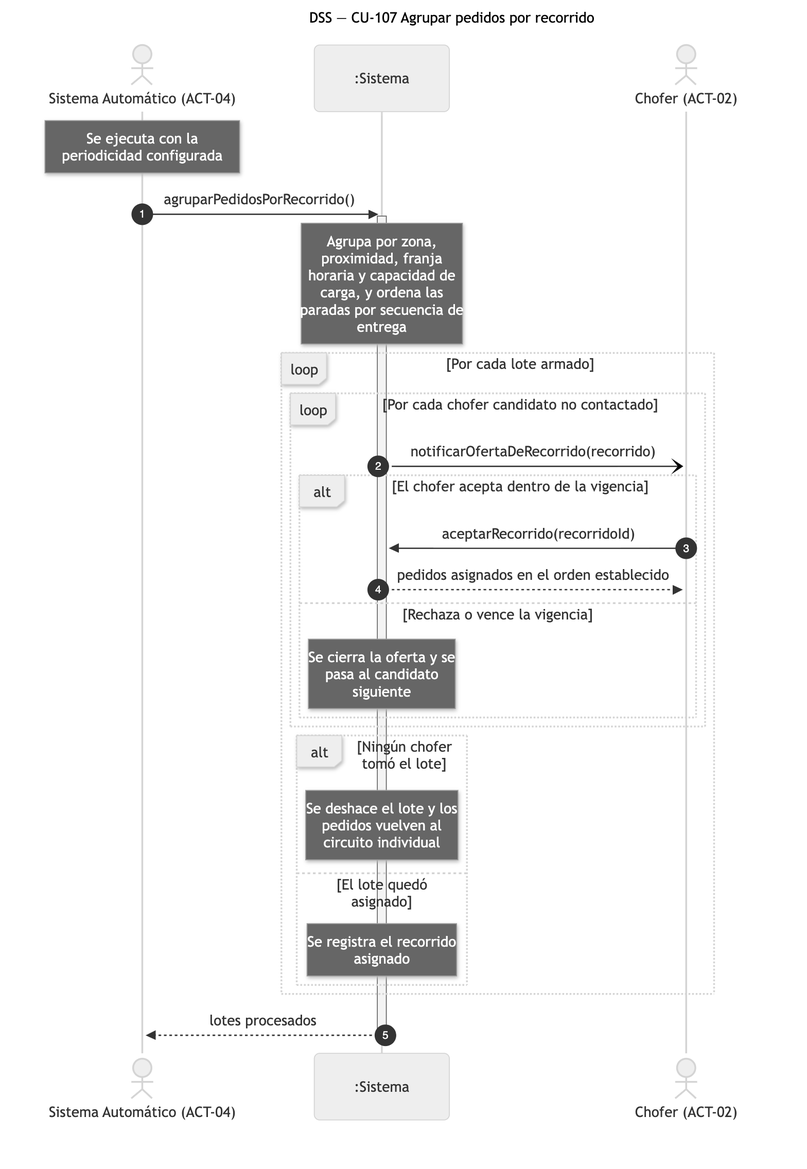
This is diagramas/png/DSS_CU-107_Agrupar-Pedidos-Por-Recorrido.png from Nahuelito-Dev/splg-docs, a Mermaid export, as it was before one commit. Its source is kept beside it as diagramas/DSS_CU-107_Agrupar-Pedidos-Por-Recorrido.mmd.
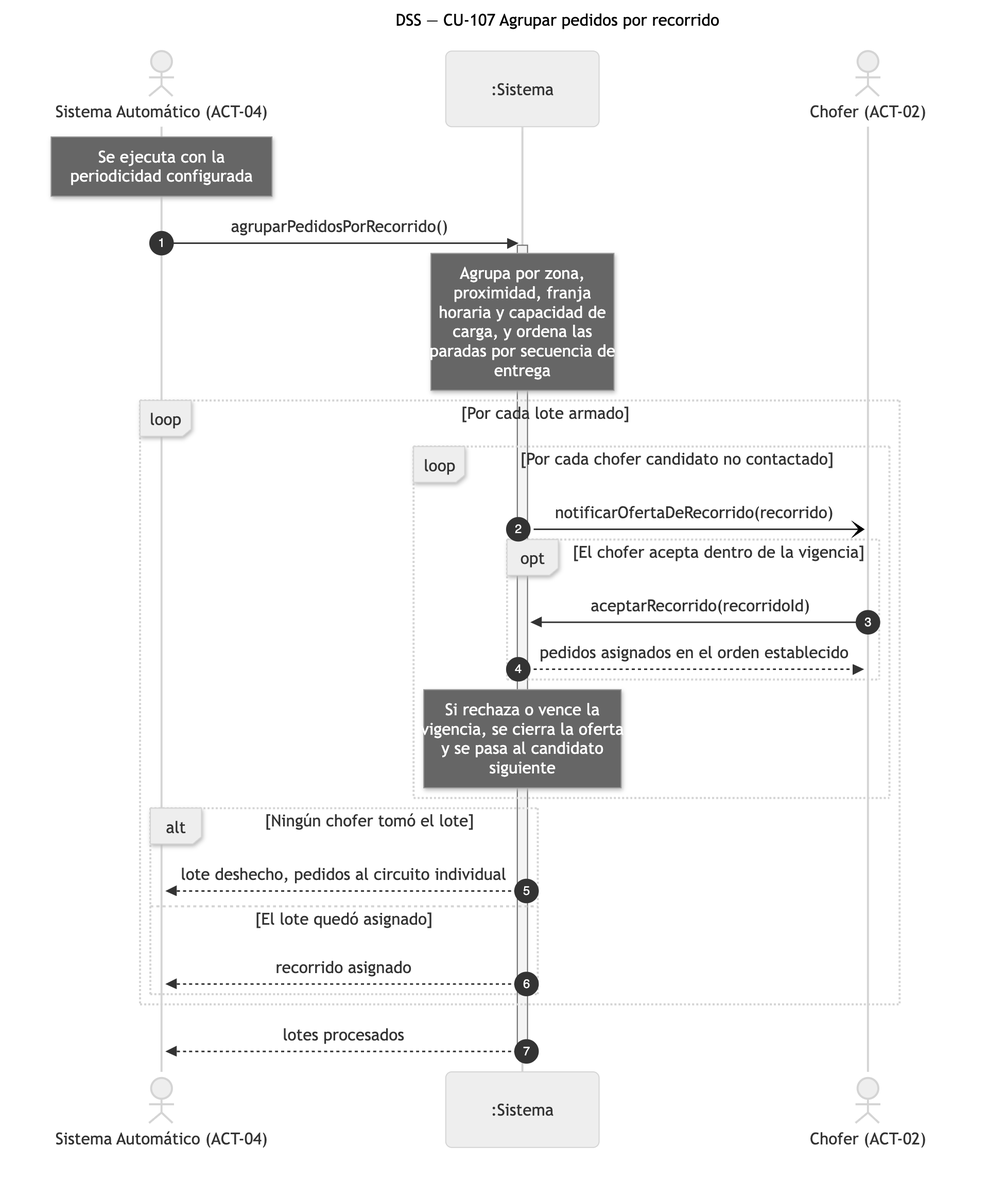
After the change.

Change to the diagram source:
```diff
@@ -13,18 +13,17 @@
     loop Por cada lote armado
         loop Por cada chofer candidato no contactado
             SIS-)CHO: notificarOfertaDeRecorrido(recorrido)
-            alt El chofer acepta dentro de la vigencia
+            opt El chofer acepta dentro de la vigencia
                 CHO->>SIS: aceptarRecorrido(recorridoId)
                 SIS-->>CHO: pedidos asignados en el orden establecido
-            else Rechaza o vence la vigencia
-                Note over SIS: Se cierra la oferta y se<br/>pasa al candidato<br/>siguiente
             end
+            Note over SIS: Si rechaza o vence la<br/>vigencia, se cierra la oferta<br/>y se pasa al candidato<br/>siguiente
         end
 
         alt Ningún chofer tomó el lote
-            Note over SIS: Se deshace el lote y los<br/>pedidos vuelven al<br/>circuito individual
+            SIS-->>SAU: lote deshecho, pedidos al circuito individual
         else El lote quedó asignado
-            Note over SIS: Se registra el recorrido<br/>asignado
+            SIS-->>SAU: recorrido asignado
         end
     end
     SIS-->>SAU: lotes procesados
```
